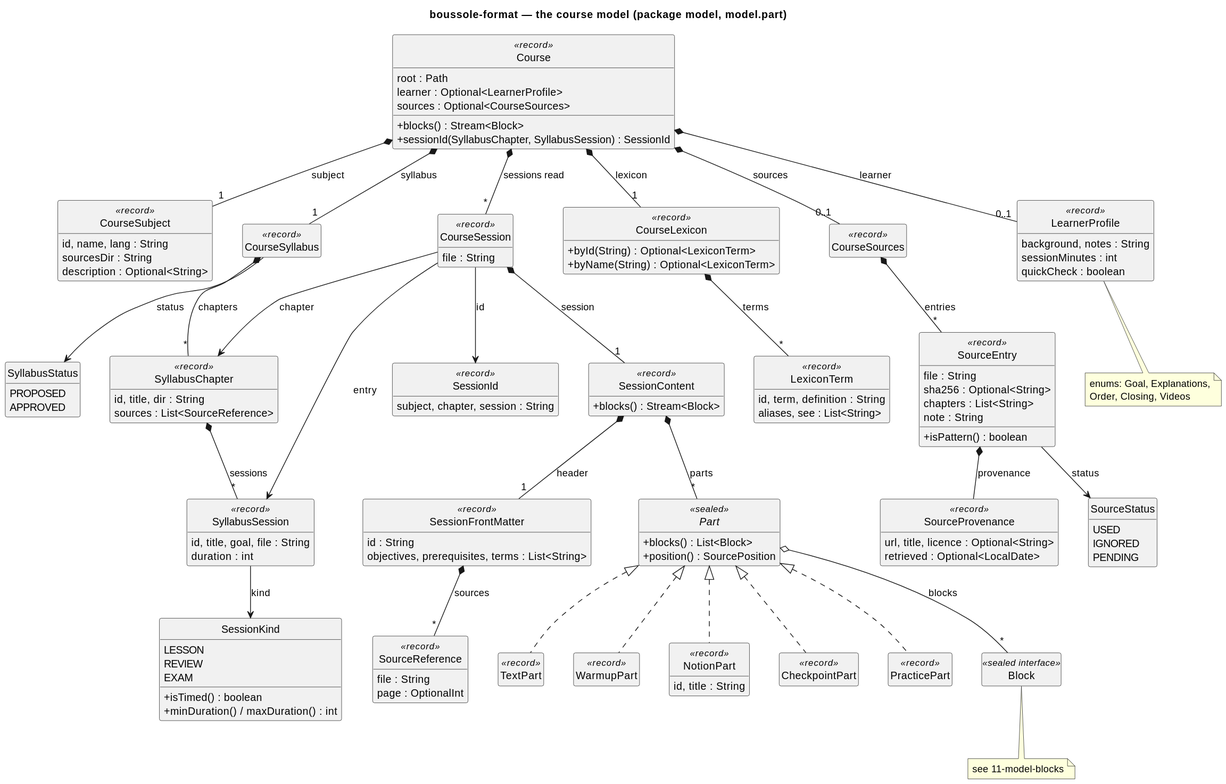
Above: docs/diagrams/10-model-course.svg in lucasssoh/Boussole (PlantUML), before the change.
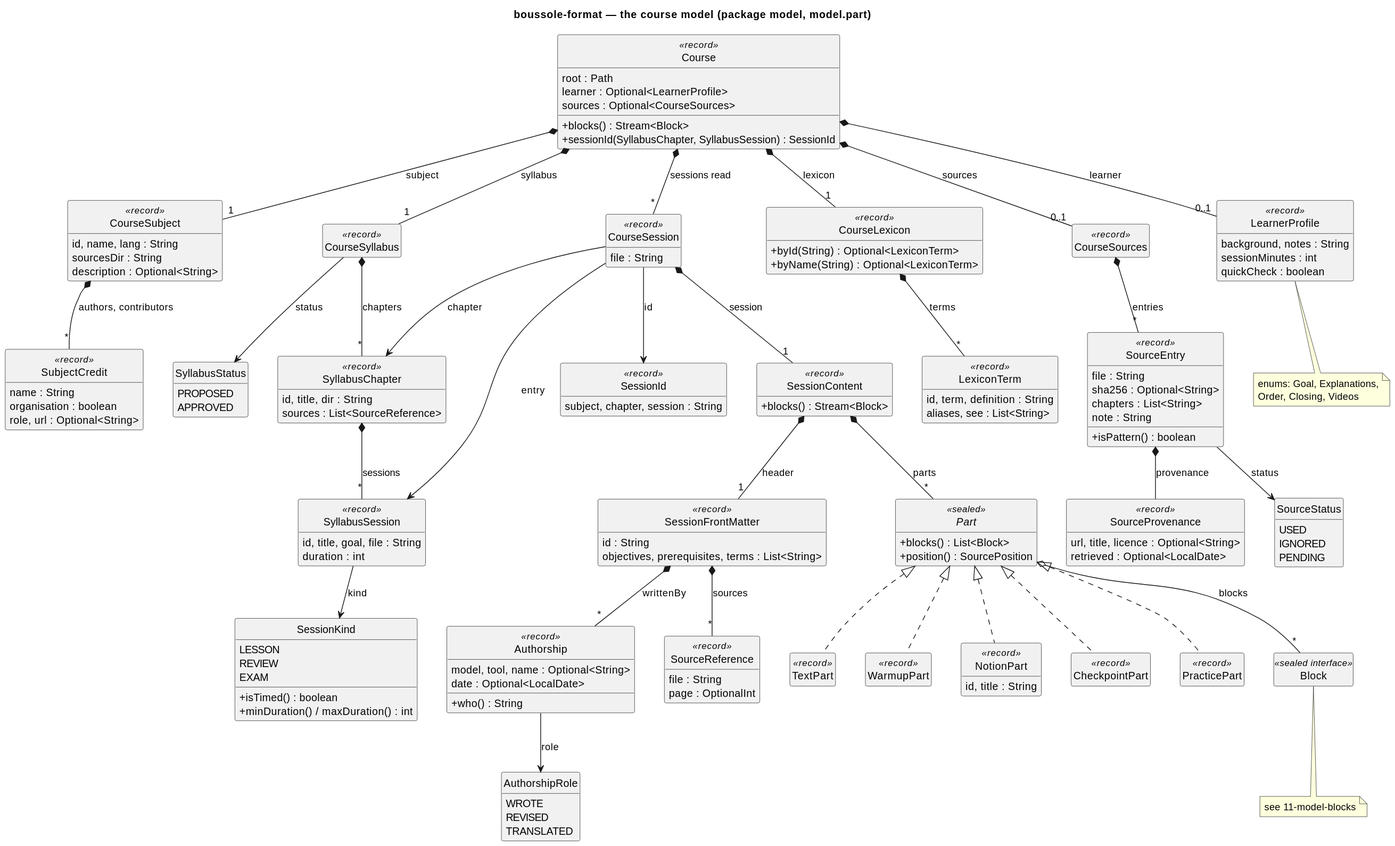
After the change.

Diff of the diagram source:
```diff
@@ -57,6 +57,21 @@
   chapters : List<String>
   note : String
   +isPattern() : boolean
+}
+class Authorship <<record>> {
+  model, tool, name : Optional<String>
+  date : Optional<LocalDate>
+  +who() : String
+}
+enum AuthorshipRole {
+  WROTE
+  REVISED
+  TRANSLATED
+}
+class SubjectCredit <<record>> {
+  name : String
+  organisation : boolean
+  role, url : Optional<String>
 }
 class SourceProvenance <<record>> {
   url, title, licence : Optional<String>
@@ -133,4 +148,7 @@
 
 class Block <<sealed interface>>
 note bottom of Block : see 11-model-blocks
+CourseSubject *-- "*" SubjectCredit : authors, contributors
+SessionFrontMatter *-- "*" Authorship : writtenBy
+Authorship --> AuthorshipRole : role
 @enduml
```
